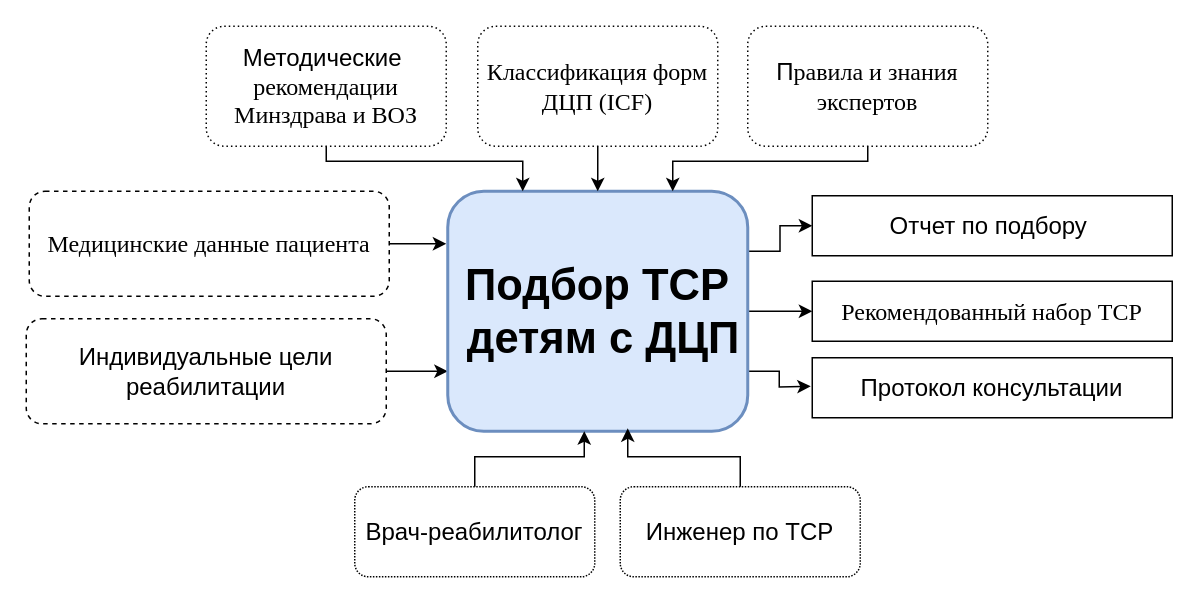
This is project/Untitled Diagram.drawio from oksana-niki/intelligent-systems-lab, a draw.io file, before an edit. Source tidied: cells renumbered, new cells numbered last; positions are measured from the earlier drawing's top-left corner, leaving out a move shared by most shapes. Both pictures are drawn from the tidied source at 150%, with x=0, y=0 at pixel (26, 26).
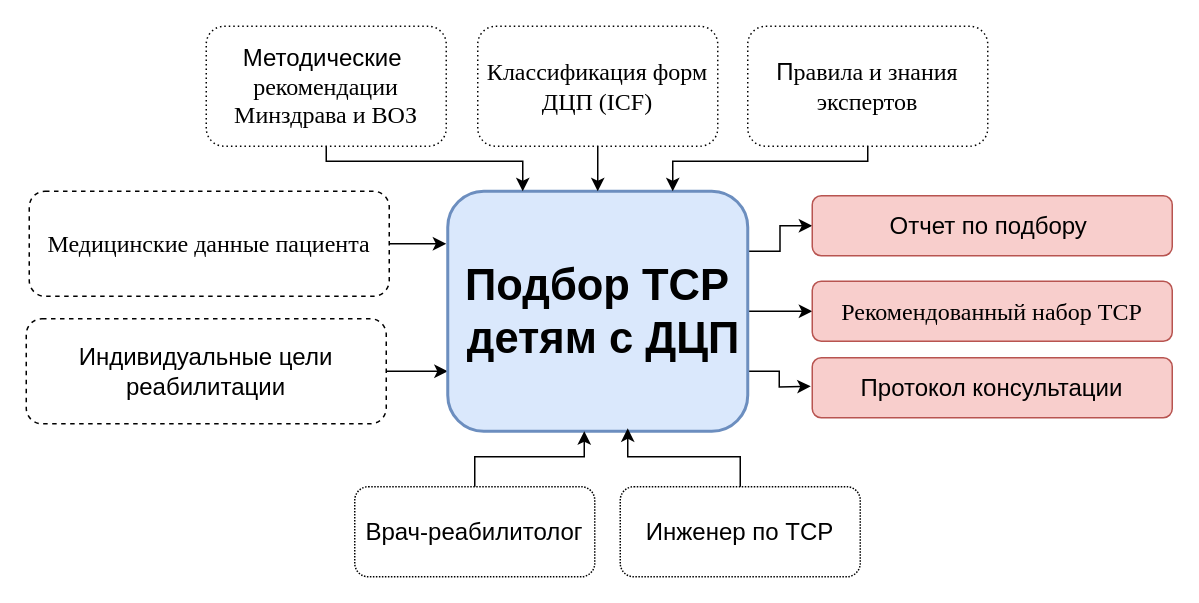
The same diagram, later.

Diff of the diagram source:
```diff
@@
-    <mxCell id="10" value="&lt;div style=&quot;text-align: left;&quot;&gt;&lt;span style=&quot;text-align: center;&quot;&gt;Отчет по подбору&amp;nbsp;&lt;/span&gt;&lt;/div&gt;" style="rounded=0;whiteSpace=wrap;html=1;fontSize=16;" parent="1" vertex="1">
+    <mxCell id="10" value="&lt;div style=&quot;text-align: left;&quot;&gt;&lt;span style=&quot;text-align: center;&quot;&gt;Отчет по подбору&amp;nbsp;&lt;/span&gt;&lt;/div&gt;" style="rounded=1;whiteSpace=wrap;html=1;fontSize=16;fillColor=#f8cecc;strokeColor=#b85450;" parent="1" vertex="1">
       <mxGeometry x="524" y="113" width="240" height="40" as="geometry" />
     </mxCell>
-    <mxCell id="11" value="&lt;span style=&quot;font-family: Times; text-align: left;&quot;&gt;Рекомендованный набор ТСР&lt;/span&gt;" style="rounded=0;whiteSpace=wrap;html=1;fontSize=16;" parent="1" vertex="1">
+    <mxCell id="11" value="&lt;span style=&quot;font-family: Times; text-align: left;&quot;&gt;Рекомендованный набор ТСР&lt;/span&gt;" style="rounded=1;whiteSpace=wrap;html=1;fontSize=16;fillColor=#f8cecc;strokeColor=#b85450;" parent="1" vertex="1">
       <mxGeometry x="524" y="170" width="240" height="40" as="geometry" />
     </mxCell>
-    <mxCell id="12" value="Протокол консультации" style="rounded=0;whiteSpace=wrap;html=1;fontSize=16;" parent="1" vertex="1">
+    <mxCell id="12" value="Протокол консультации" style="rounded=1;whiteSpace=wrap;html=1;fontSize=16;fillColor=#f8cecc;strokeColor=#b85450;" parent="1" vertex="1">
       <mxGeometry x="524" y="221" width="240" height="40" as="geometry" />
     </mxCell>
```
